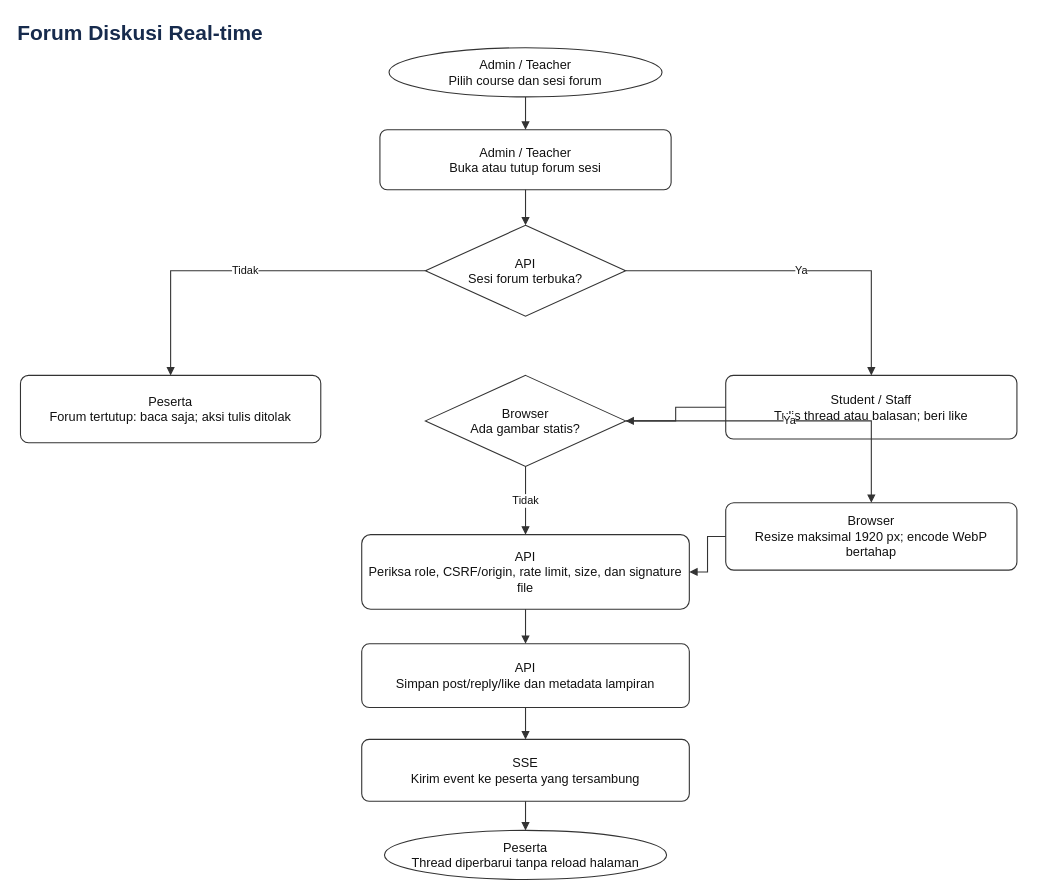
Earlier version of the draw.io diagram docs/diagrams/09-forum-discussion.drawio (ammarmfirdaus-hue/DENSO-LMS). Source tidied: cells renumbered, new cells numbered last; positions are measured from the earlier drawing's top-left corner, leaving out a move shared by most shapes. Both pictures are drawn from the tidied source at 91%, with x=0, y=0 at pixel (15, 15).
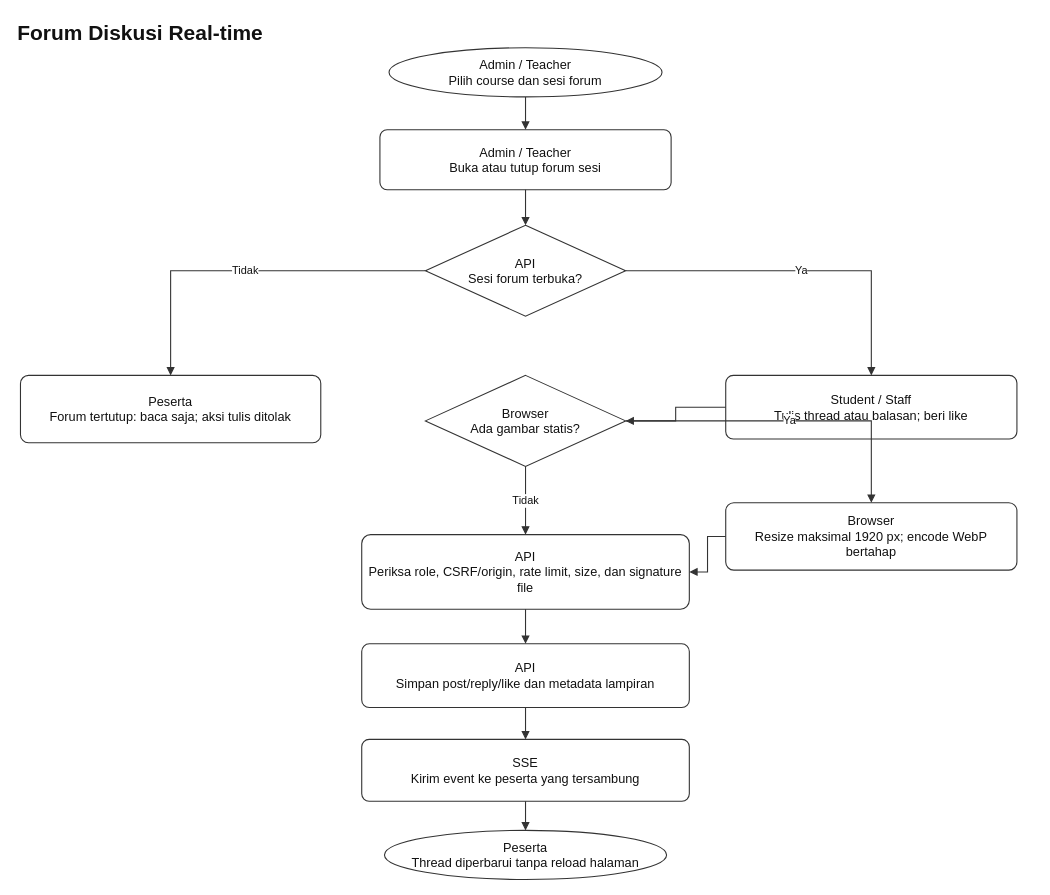
The same page after the edit.

What changed in the source:
```diff
@@
-    <mxCell id="2" value="Forum Diskusi Real-time" style="text;html=1;align=left;verticalAlign=middle;whiteSpace=wrap;rounded=0;strokeColor=none;fillColor=none;fontSize=23;fontStyle=1;fontColor=#172b4d;" parent="1" vertex="1">
+    <mxCell id="2" value="Forum Diskusi Real-time" style="text;html=1;align=left;verticalAlign=middle;whiteSpace=wrap;rounded=0;strokeColor=none;fillColor=none;fontSize=23;fontStyle=1;fontColor=#111111;" parent="1" vertex="1">
       <mxGeometry width="1120" height="38" as="geometry" />
     </mxCell>
```
